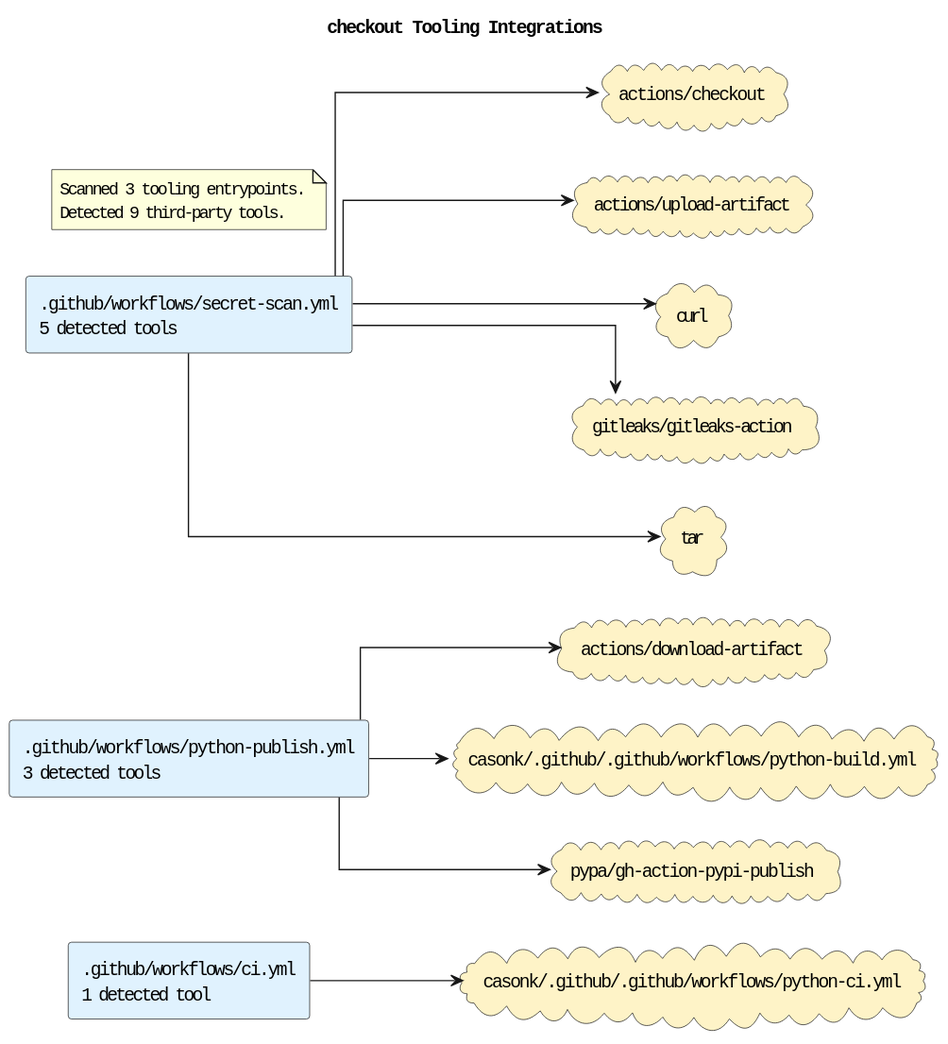
Before: docs/diagrams/tooling-integrations.puml.svg, a diagram exported from PlantUML (casonk/tradility).
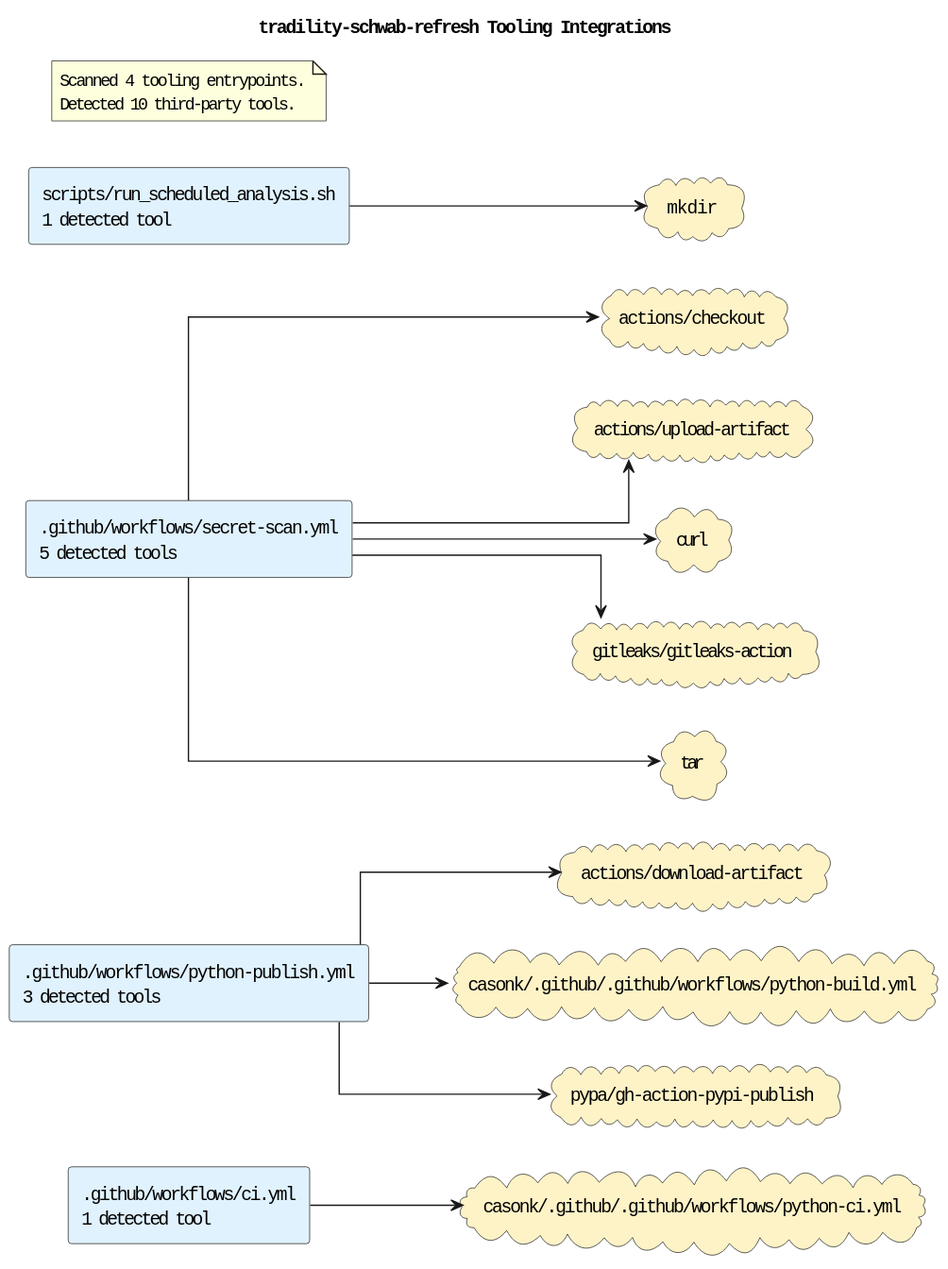
After the commit.

What changed in the source:
```diff
@@ -1,5 +1,5 @@
 @startuml
-title checkout Tooling Integrations
+title tradility-schwab-refresh Tooling Integrations
 left to right direction
 skinparam shadowing false
 skinparam defaultFontName Monospace
@@ -8,6 +8,7 @@
 rectangle ".github/workflows/ci.yml\n1 detected tool" as source_github_workflows_ci_yml #E0F2FE
 rectangle ".github/workflows/python-publish.yml\n3 detected tools" as source_github_workflows_python_publish_yml #E0F2FE
 rectangle ".github/workflows/secret-scan.yml\n5 detected tools" as source_github_workflows_secret_scan_yml #E0F2FE
+rectangle "scripts/run_scheduled_analysis.sh\n1 detected tool" as source_scripts_run_scheduled_analysis_sh #E0F2FE
 cloud "actions/checkout" as tool_actions_checkout #FEF3C7
 cloud "actions/download-artifact" as tool_actions_download_artifact #FEF3C7
 cloud "actions/upload-artifact" as tool_actions_upload_artifact #FEF3C7
@@ -15,6 +16,7 @@
 cloud "casonk/.github/.github/workflows/python-ci.yml" as tool_casonk_github_github_workflows_python_ci_yml #FEF3C7
 cloud "curl" as tool_curl #FEF3C7
 cloud "gitleaks/gitleaks-action" as tool_gitleaks_gitleaks_action #FEF3C7
+cloud "mkdir" as tool_mkdir #FEF3C7
 cloud "pypa/gh-action-pypi-publish" as tool_pypa_gh_action_pypi_publish #FEF3C7
 cloud "tar" as tool_tar #FEF3C7
 source_github_workflows_ci_yml --> tool_casonk_github_github_workflows_python_ci_yml
@@ -26,8 +28,9 @@
 source_github_workflows_secret_scan_yml --> tool_curl
 source_github_workflows_secret_scan_yml --> tool_gitleaks_gitleaks_action
 source_github_workflows_secret_scan_yml --> tool_tar
+source_scripts_run_scheduled_analysis_sh --> tool_mkdir
 note as toolingGraphSummary
-Scanned 3 tooling entrypoints.
-Detected 9 third-party tools.
+Scanned 4 tooling entrypoints.
+Detected 10 third-party tools.
 end note
 @enduml
```
